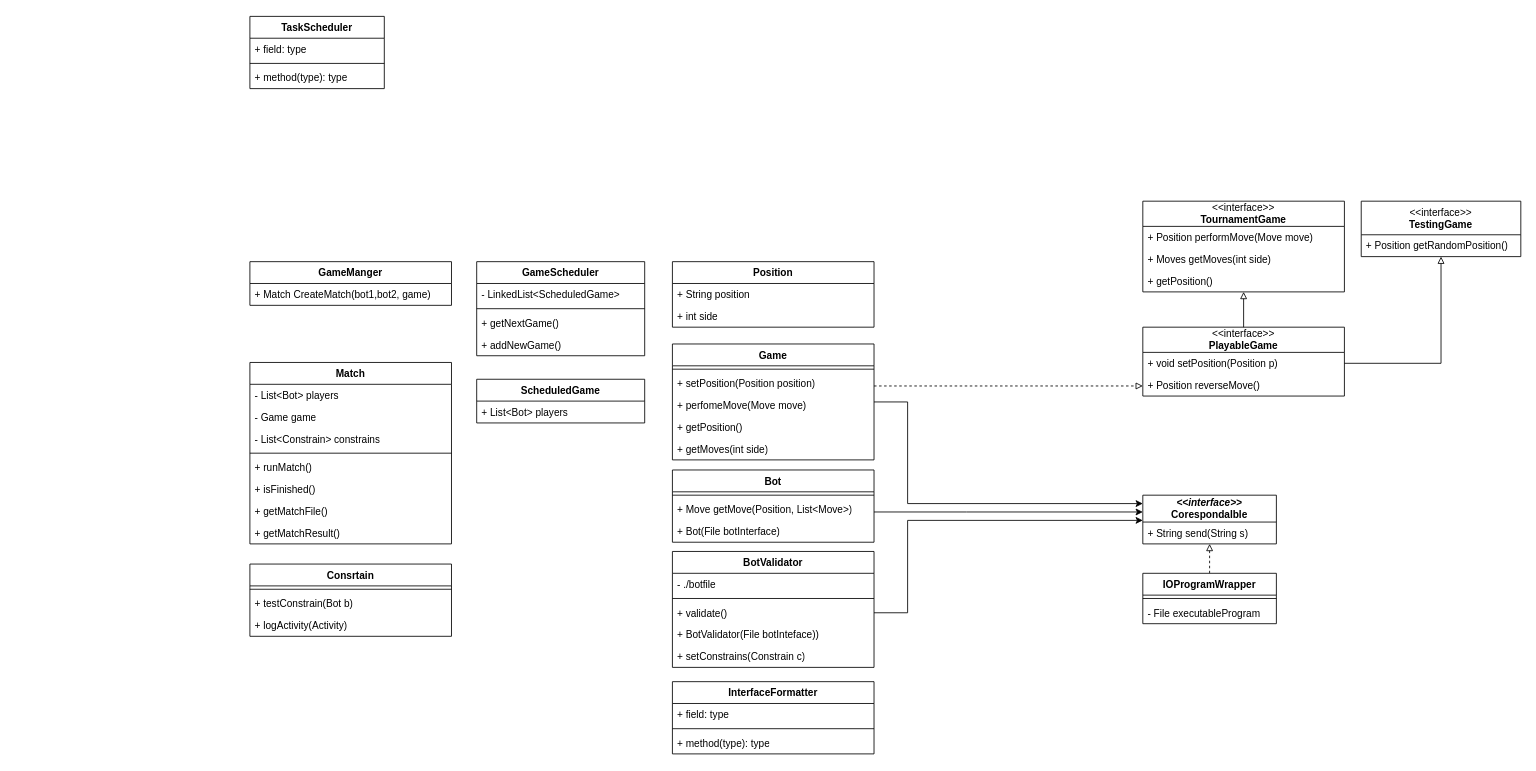
Earlier version of the draw.io diagram page "Logika Biznesowa" (4 of 4) of docs/System Architecture.drawio (jordus100/Bot-Wars-front). Source tidied: cells renumbered, new cells numbered last; positions are measured from the earlier drawing's top-left corner, leaving out a move shared by most shapes. Both pictures are drawn from the tidied source at 84%, with x=0, y=0 at pixel (249, 16).
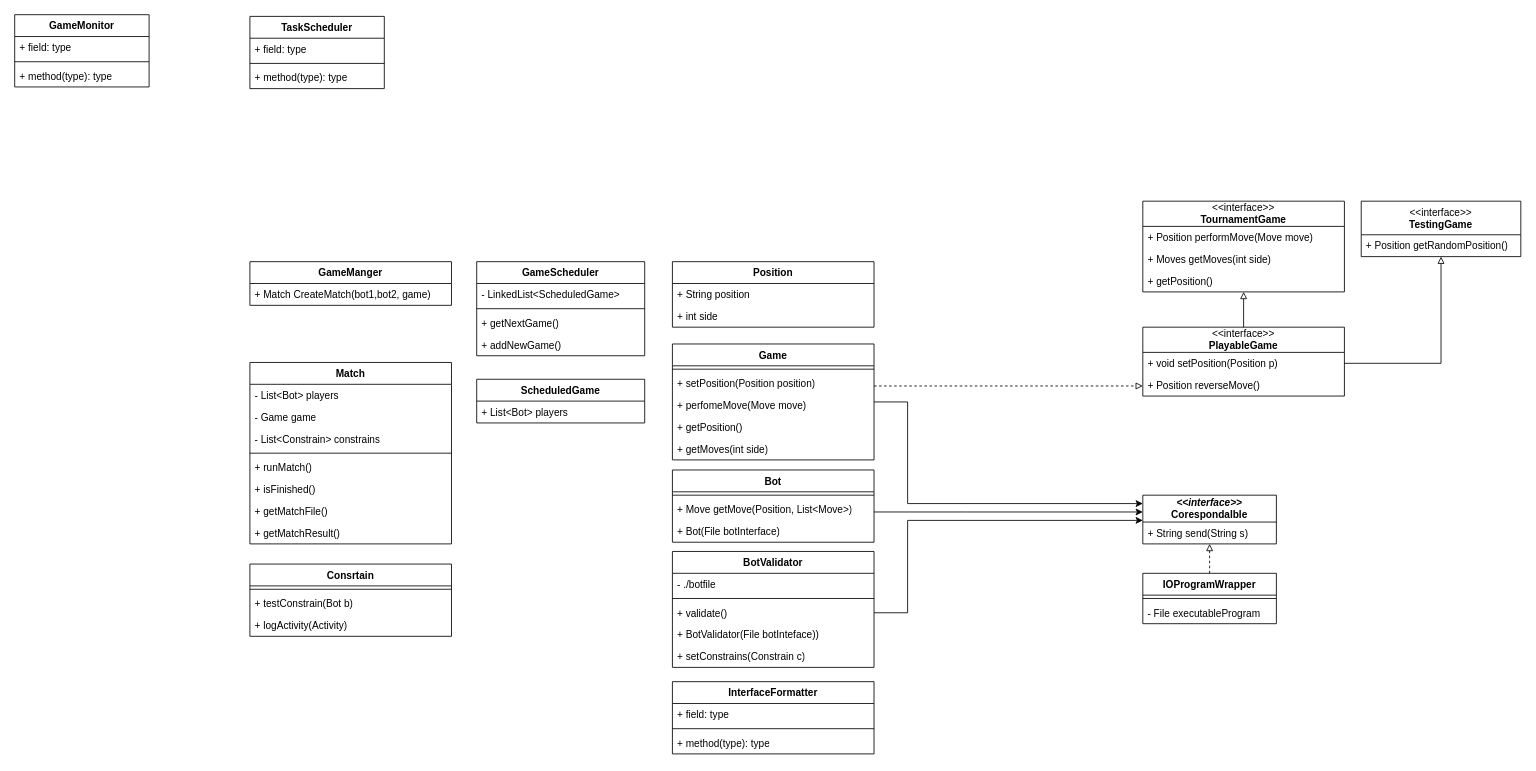
The same page after the edit.

The edit, as a diff of the source:
```diff
@@
+    <mxCell id="72" value="GameMonitor" style="swimlane;fontStyle=1;align=center;verticalAlign=top;horizontal=1;startSize=26;whiteSpace=wrap;html=1;" parent="1" vertex="1">
+      <mxGeometry x="-280" y="-2" width="160" height="86" as="geometry" />
+    </mxCell>
+    <mxCell id="73" value="+ field: type" style="text;strokeColor=none;fillColor=none;align=left;verticalAlign=top;spacingLeft=4;spacingRight=4;overflow=hidden;whiteSpace=wrap;html=1;" parent="72" vertex="1">
+      <mxGeometry y="26" width="160" height="26" as="geometry" />
+    </mxCell>
+    <mxCell id="74" style="line;strokeWidth=1;fillColor=none;align=left;verticalAlign=middle;spacingTop=-1;spacingLeft=3;spacingRight=3;labelPosition=right;strokeColor=inherit;" parent="72" vertex="1">
+      <mxGeometry y="52" width="160" height="8" as="geometry" />
+    </mxCell>
+    <mxCell id="75" value="+ method(type): type" style="text;strokeColor=none;fillColor=none;align=left;verticalAlign=top;spacingLeft=4;spacingRight=4;overflow=hidden;whiteSpace=wrap;html=1;" parent="72" vertex="1">
+      <mxGeometry y="60" width="160" height="26" as="geometry" />
+    </mxCell>
```
